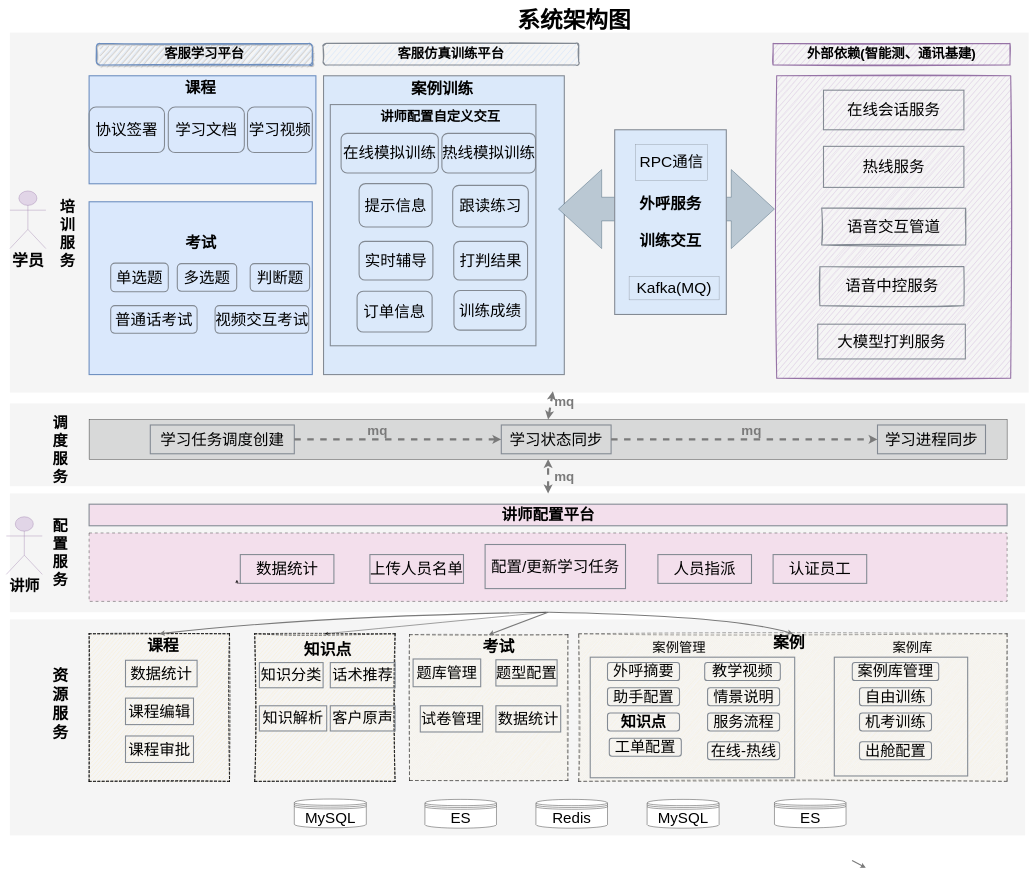
cgshao02/graduation_picture keeps this draw.io diagram as 系统架构图.drawio. Above is the earlier version. Source tidied: cells renumbered, new cells numbered last; positions are measured from the earlier drawing's top-left corner, leaving out a move shared by most shapes. Both pictures are drawn from the tidied source at 36%, with x=0, y=0 at pixel (6, 14).
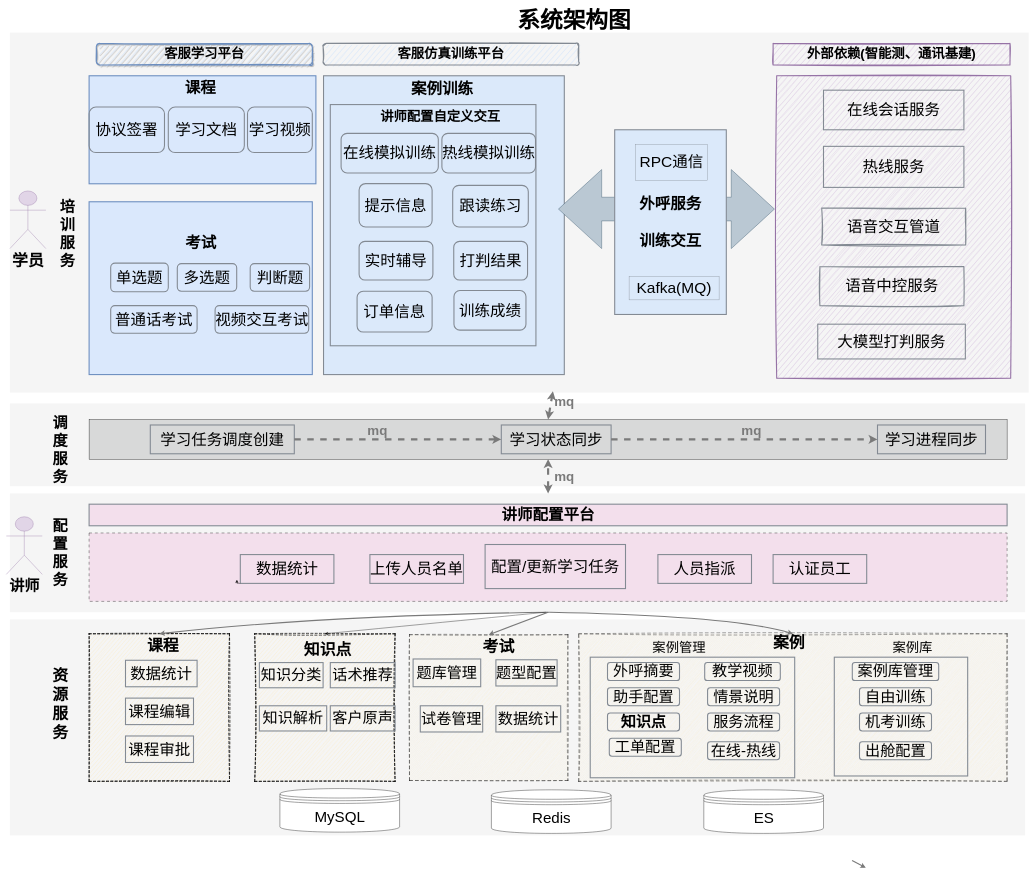
After the change.

Commit message (it also covers changes not shown here):
更新系统架构图.drawio

What changed in the source:
```diff
@@
-    <mxCell id="86" value="&lt;font&gt;MySQL&lt;/font&gt;" style="shape=datastore;whiteSpace=wrap;html=1;fontSize=42;" parent="1" vertex="1">
-      <mxGeometry x="1780" y="2180" width="200" height="80" as="geometry" />
-    </mxCell>
-    <mxCell id="87" value="&lt;font&gt;ES&lt;/font&gt;" style="shape=datastore;whiteSpace=wrap;html=1;fontSize=42;" parent="1" vertex="1">
-      <mxGeometry x="1162.8" y="2180" width="198.8" height="80" as="geometry" />
-    </mxCell>
@@
-    <mxCell id="107" value="&lt;font&gt;MySQL&lt;/font&gt;" style="shape=datastore;whiteSpace=wrap;html=1;fontSize=42;" parent="1" vertex="1">
-      <mxGeometry x="800" y="2179" width="200" height="80" as="geometry" />
-    </mxCell>
     <mxCell id="108" value="&lt;font&gt;ES&lt;/font&gt;" style="shape=datastore;whiteSpace=wrap;html=1;fontSize=42;" parent="1" vertex="1">
-      <mxGeometry x="2133.8" y="2179" width="198.8" height="80" as="geometry" />
+      <mxGeometry x="1937.5" y="2153.5" width="332.5" height="121" as="geometry" />
     </mxCell>
@@
-    <mxCell id="112" value="&lt;span&gt;Redis&lt;/span&gt;" style="shape=datastore;whiteSpace=wrap;html=1;fontSize=42;" parent="1" vertex="1">
-      <mxGeometry x="1471.2" y="2180" width="198.8" height="80" as="geometry" />
-    </mxCell>
@@
+    <mxCell id="112" value="Redis" style="shape=datastore;whiteSpace=wrap;html=1;fontSize=42;" parent="1" vertex="1">
+      <mxGeometry x="1347.5" y="2153.5" width="332.5" height="121" as="geometry" />
+    </mxCell>
+    <mxCell id="119" value="MySQL" style="shape=datastore;whiteSpace=wrap;html=1;fontSize=42;" parent="1" vertex="1">
+      <mxGeometry x="760" y="2150" width="332.5" height="121" as="geometry" />
+    </mxCell>
```
